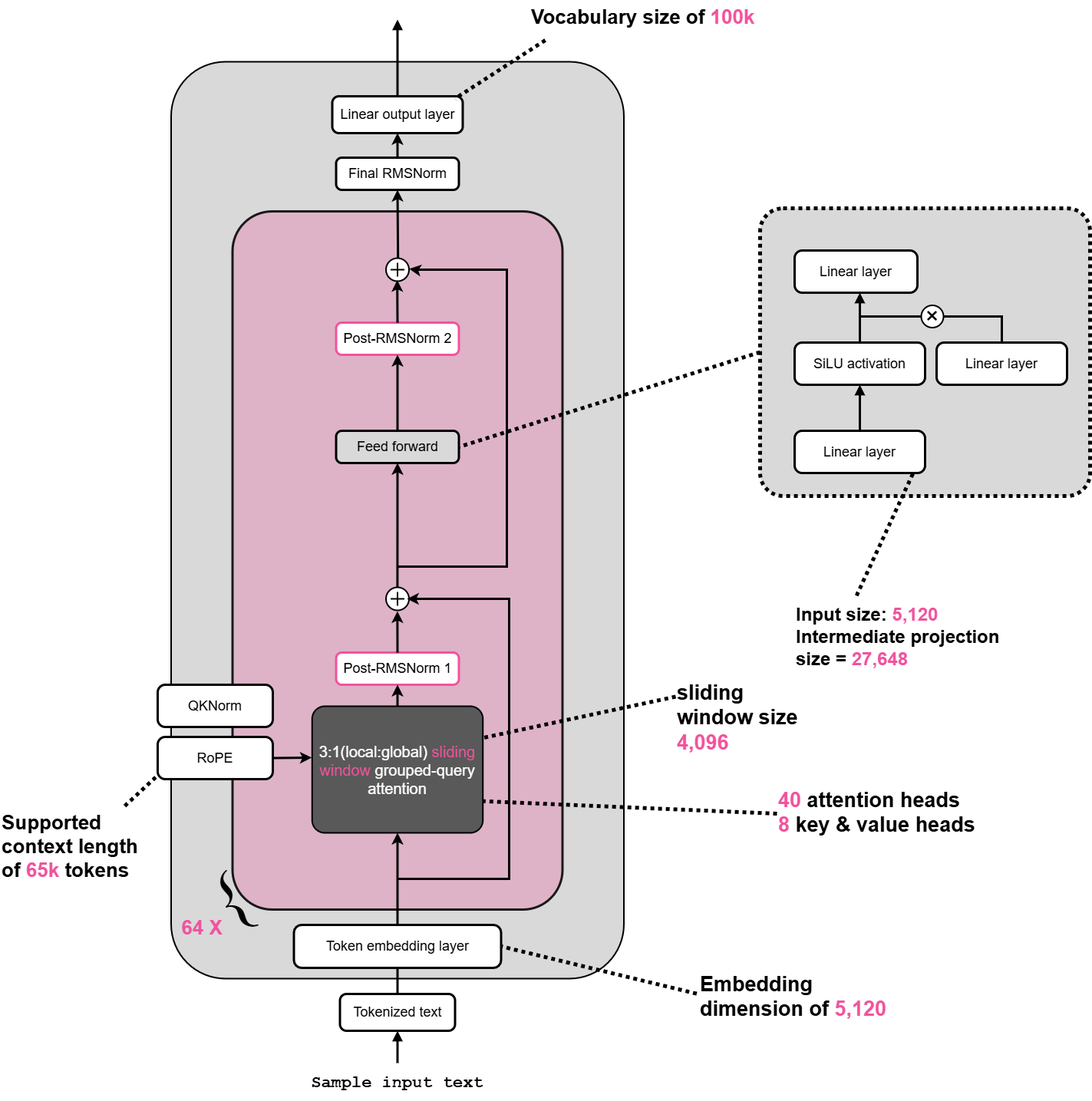
EarthWind/deeparch keeps this draw.io diagram as Models/Olmo/OLMo-3-(32B).drawio.png. Above is the earlier version. Source tidied: cells renumbered, new cells last; positions are measured from the earlier drawing's top-left corner, leaving out a move shared by most shapes.
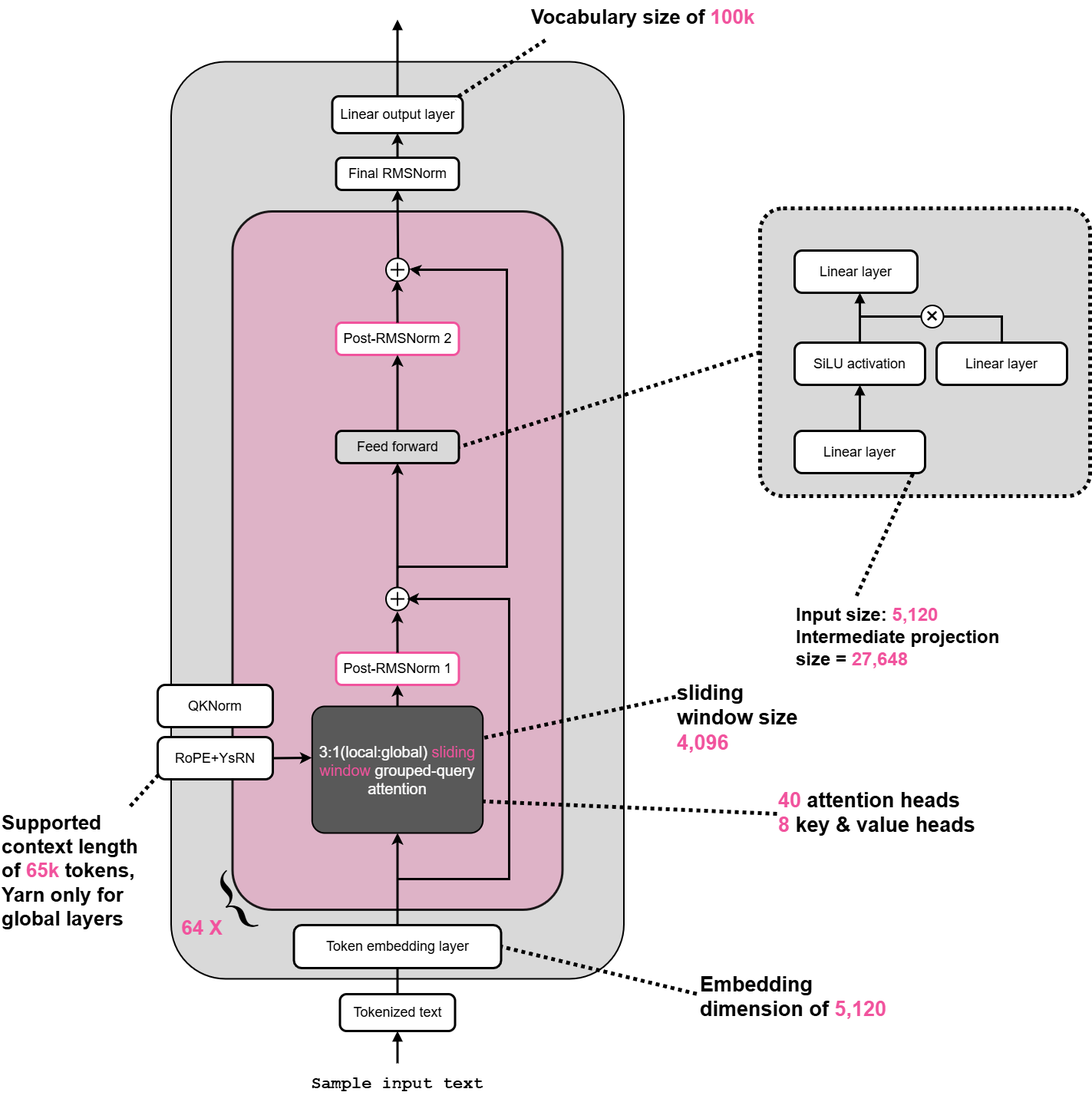
Above is the later version.

Commit message:
chore models: update models architecture.

The edit, as a diff of the source:
```diff
@@ -42,7 +42,7 @@
     <mxCell id="13" value="Tokenized text" style="rounded=1;whiteSpace=wrap;html=1;arcSize=18;strokeColor=#000000;strokeWidth=3;fillColor=#ffffff;fontFamily=Arial;fontSize=18;fontColor=#000000;align=center;verticalAlign=middle;" parent="1" vertex="1">
       <mxGeometry x="442.5" y="1295" width="150" height="48" as="geometry" />
     </mxCell>
-    <mxCell id="14" value="RoPE" style="rounded=1;whiteSpace=wrap;html=1;arcSize=18;strokeColor=#000000;strokeWidth=3;fillColor=#ffffff;fontFamily=Arial;fontSize=18;fontColor=#000000;align=center;verticalAlign=middle;" parent="1" vertex="1">
+    <mxCell id="14" value="RoPE+YsRN" style="rounded=1;whiteSpace=wrap;html=1;arcSize=18;strokeColor=#000000;strokeWidth=3;fillColor=#ffffff;fontFamily=Arial;fontSize=18;fontColor=#000000;align=center;verticalAlign=middle;" parent="1" vertex="1">
       <mxGeometry x="205" y="960" width="150" height="55" as="geometry" />
     </mxCell>
     <mxCell id="15" value="{" style="text;html=1;strokeColor=none;fillColor=none;align=left;verticalAlign=top;whiteSpace=wrap;rounded=0;fontFamily=Arial;fontFamily=Times New Roman;fontSize=92;fontColor=#000000;rotation=-30;align=center;verticalAlign=middle;" parent="1" vertex="1">
@@ -60,8 +60,8 @@
     <mxCell id="19" style="endArrow=none;html=1;rounded=0;strokeWidth=5;strokeColor=#000000;dashed=1;dashPattern=1 1;exitX=0.061;exitY=0.944;exitDx=0;exitDy=0;exitPerimeter=0;entryX=0.941;entryY=0.063;entryDx=0;entryDy=0;entryPerimeter=0;" parent="1" edge="1" source="18" target="7">
       <mxGeometry relative="1" as="geometry" />
     </mxCell>
-    <mxCell id="20" value="Supported&lt;br&gt;context length&lt;br&gt;of &lt;font style=&quot;color: light-dark(rgb(241, 83, 157), rgb(62, 62, 62));&quot;&gt;65k&lt;/font&gt;&lt;font style=&quot;color: rgb(0, 204, 0);&quot;&gt;&amp;nbsp;&lt;/font&gt;tokens" style="text;html=1;strokeColor=none;fillColor=none;align=left;verticalAlign=top;whiteSpace=wrap;rounded=0;fontFamily=Arial;fontStyle=1;fontSize=28;fontColor=#000000;fontSize=26;" parent="1" vertex="1">
-      <mxGeometry y="1050" width="195" height="120" as="geometry" />
+    <mxCell id="20" value="Supported&lt;br&gt;context length&lt;br&gt;of &lt;font style=&quot;color: light-dark(rgb(241, 83, 157), rgb(62, 62, 62));&quot;&gt;65k&lt;/font&gt;&lt;font style=&quot;color: rgb(0, 204, 0);&quot;&gt;&amp;nbsp;&lt;/font&gt;tokens,&lt;div&gt;Yarn only for global layers&lt;/div&gt;" style="text;html=1;strokeColor=none;fillColor=none;align=left;verticalAlign=top;whiteSpace=wrap;rounded=0;fontFamily=Arial;fontStyle=1;fontSize=28;fontColor=#000000;fontSize=26;" parent="1" vertex="1">
+      <mxGeometry y="1050" width="195" height="160" as="geometry" />
     </mxCell>
     <mxCell id="21" style="endArrow=none;html=1;rounded=0;strokeWidth=5;strokeColor=#000000;dashed=1;dashPattern=1 1;entryX=0.005;entryY=0.899;entryDx=0;entryDy=0;entryPerimeter=0;" parent="1" edge="1" source="20" target="14">
       <mxGeometry relative="1" as="geometry" />
```
